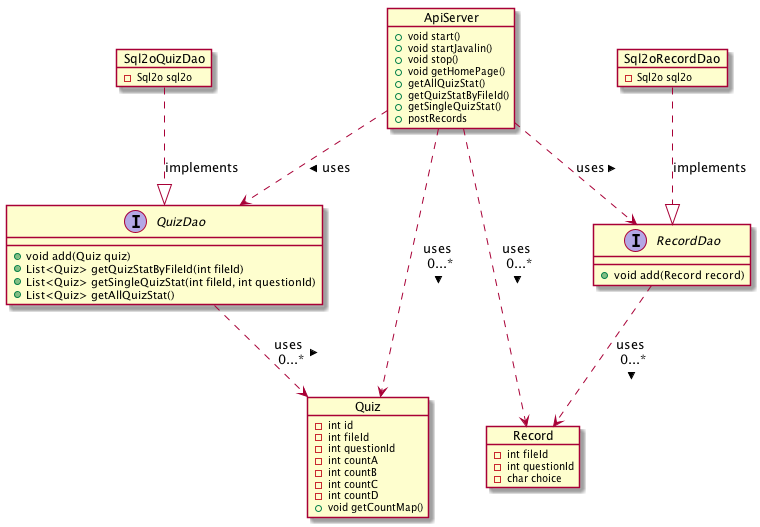
The PlantUML diagram docs/it4/it4_UML.png in MrAllenChan/QuizHero, before a commit.
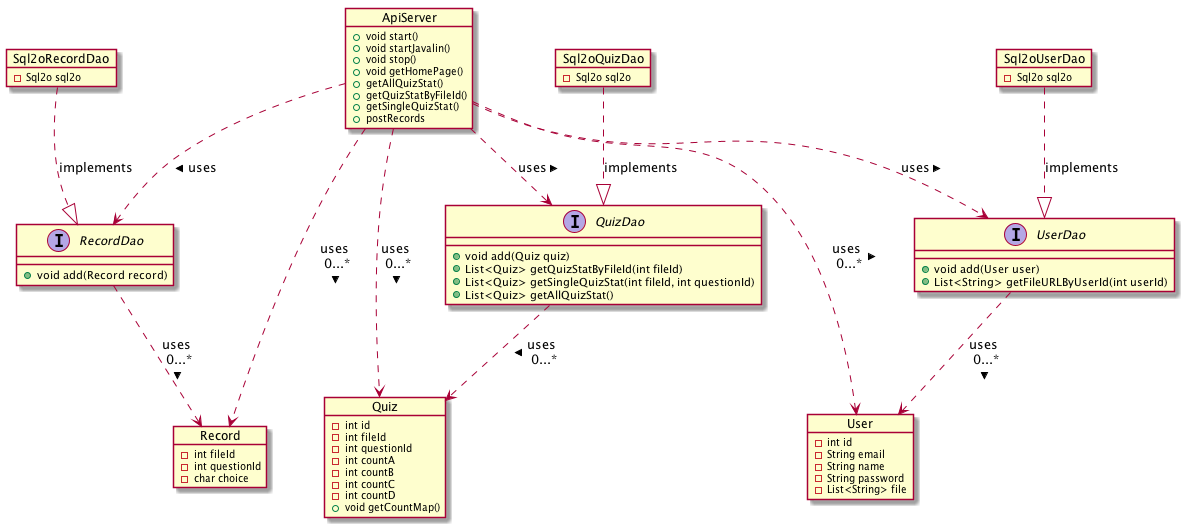
After the commit.

The edit, as a diff of the source:
```diff
@@ -1,4 +1,5 @@
 @startuml
+
 object ApiServer {
 +void start()
 +void startJavalin()
@@ -8,6 +9,14 @@
 +getQuizStatByFileId()
 +getSingleQuizStat()
 +postRecords
+}
+
+object User {
+-int id
+-String email
+-String name
+-String password
+-List<String> file
 }
 
 object Quiz {
@@ -26,6 +35,7 @@
     -int questionId
     -char choice
 }
+
 Interface QuizDao {
 +void add(Quiz quiz)
 +List<Quiz> getQuizStatByFileId(int fileId)
@@ -37,6 +47,11 @@
 +void add(Record record)
 }
 
+Interface UserDao {
++void add(User user)
++List<String> getFileURLByUserId(int userId)
+}
+
 object Sql2oQuizDao {
 -Sql2o sql2o
 }
@@ -45,14 +60,22 @@
 -Sql2o sql2o
 }
 
+object Sql2oUserDao {
+-Sql2o sql2o
+}
+
 QuizDao ..> Quiz : > uses \n0...*
 RecordDao ..> Record : > uses \n0...*
+UserDao ..> User : > uses \n0...*
 ApiServer ..> QuizDao : > uses
 ApiServer ..> RecordDao : > uses
+ApiServer ..> UserDao : > uses
 ApiServer ..> Quiz : > uses \n0...*
 ApiServer ..> Record : > uses \n0...*
+ApiServer ..> User : > uses \n0...*
 Sql2oQuizDao ..|> QuizDao : implements
 Sql2oRecordDao ..|> RecordDao : implements
+Sql2oUserDao ..|> UserDao : implements
 
 
 
```
